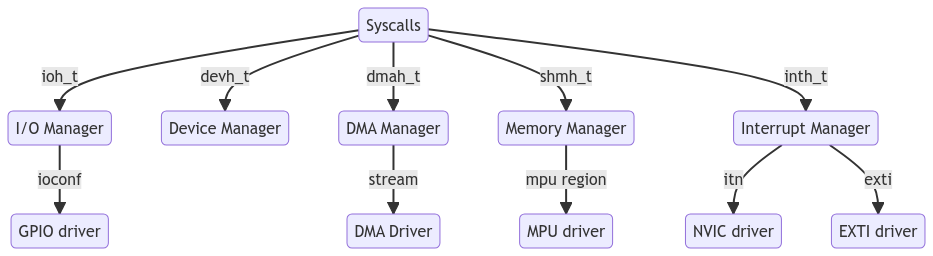
The Mermaid diagram doc/concepts/_static/figures/managers.png in outpost-os/sentry-kernel, before a commit. Its source is kept beside it as doc/concepts/_static/figures/managers.mermaid.
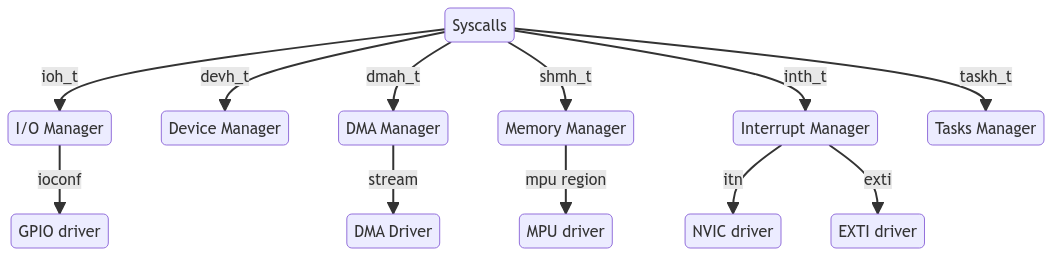
After the change.

Change to the diagram source:
```diff
@@ -4,9 +4,10 @@
     A -->|dmah_t| D(DMA Manager)
     A -->|shmh_t| E(Memory Manager)
     A -->|inth_t| F(Interrupt Manager)
+    A -->|taskh_t| G(Tasks Manager)
 
-    F -->|itn| G(NVIC driver)
-    F -->|exti| H(EXTI driver)
-    E -->|mpu region| I(MPU driver)
-    D -->|stream| J(DMA Driver)
-    B -->|ioconf| K(GPIO driver)
+    F -->|itn| H(NVIC driver)
+    F -->|exti| I(EXTI driver)
+    E -->|mpu region| J(MPU driver)
+    D -->|stream| K(DMA Driver)
+    B -->|ioconf| L(GPIO driver)
```
